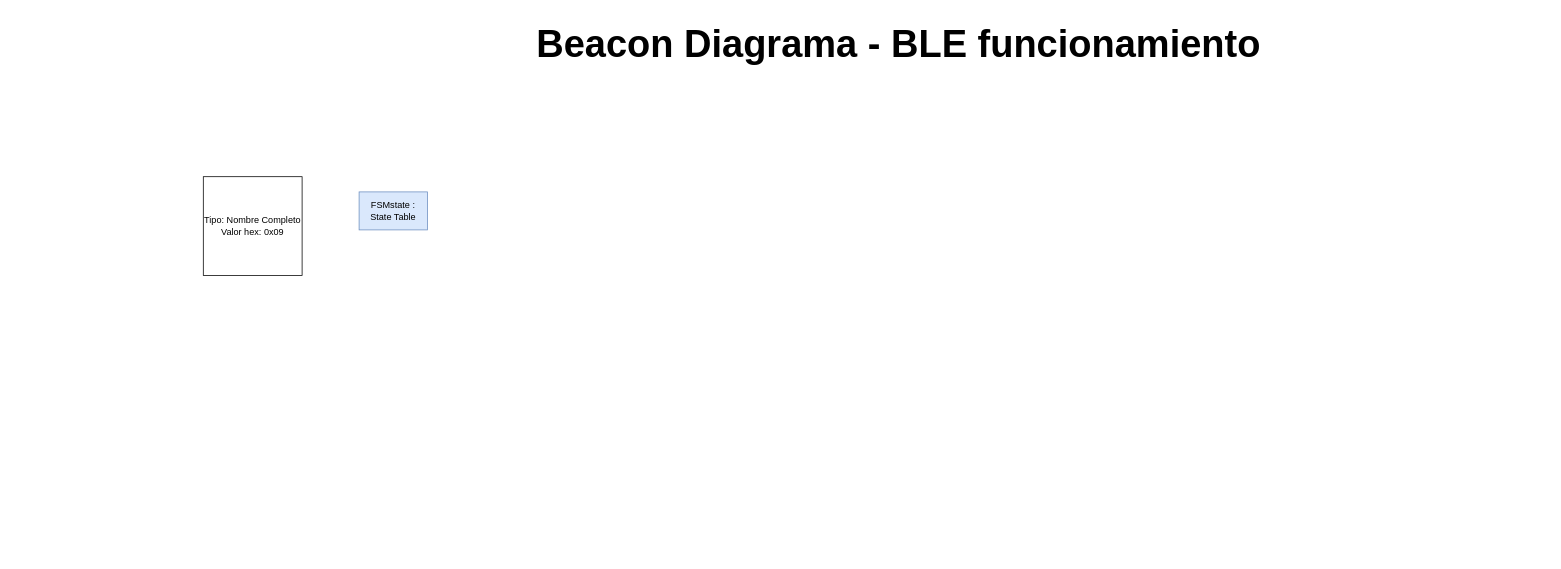
This is BLE_funcionamiento/Bloques_funcionamiento_BLE.drawio from NelsonDavila/Beacon_Diagramas, a draw.io file, before an edit. Source tidied: cells renumbered, new cells numbered last; positions are measured from the earlier drawing's top-left corner, leaving out a move shared by most shapes. Both pictures are drawn from the tidied source at 76%, with x=0, y=0 at pixel (203, 24).
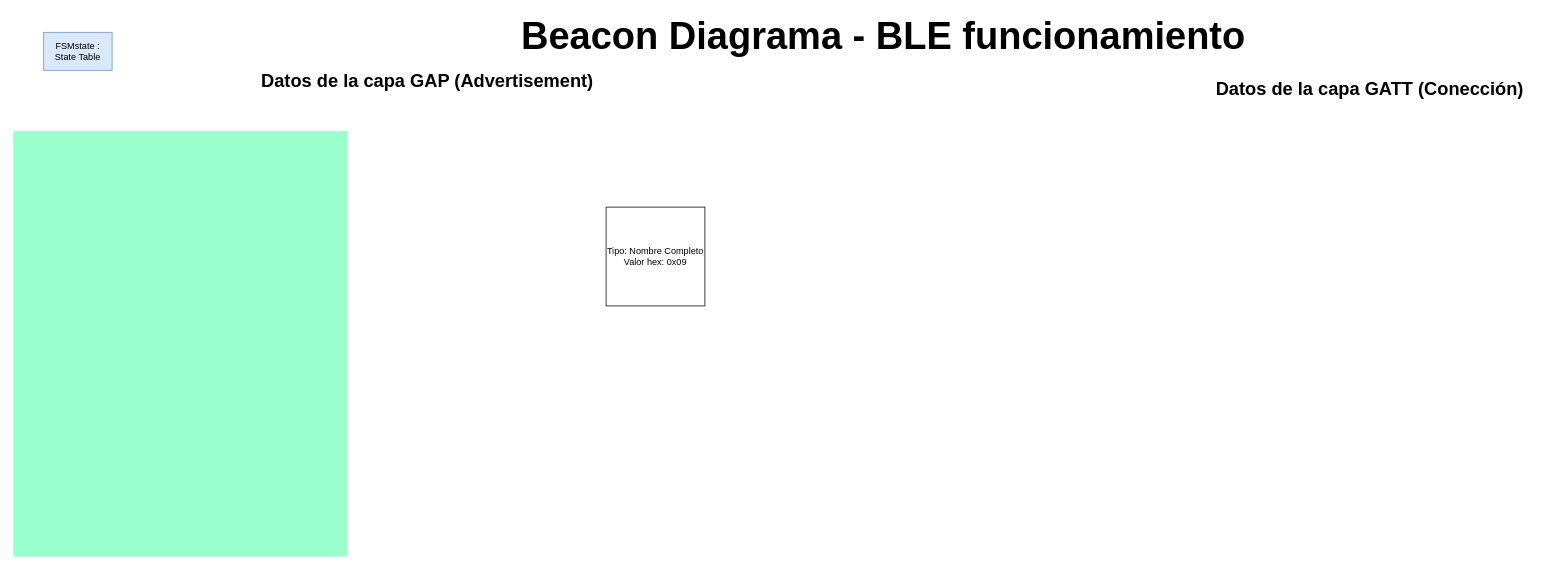
After the change.

Commit message:
Agregar estructura

Diff of the diagram source:
```diff
@@
 <mxGraphModel>
   <root>
     <mxCell id="0" />
     <mxCell id="1" parent="0" />
+    <mxCell id="5" style="rounded=0;whiteSpace=wrap;html=1;fillColor=#99FFCC;strokeColor=none;" parent="1" vertex="1">
+      <mxGeometry x="-250" y="140" width="440" height="560" as="geometry" />
+    </mxCell>
     <mxCell id="2" value="Beacon Diagrama - BLE funcionamiento" style="text;html=1;align=center;verticalAlign=middle;whiteSpace=wrap;rounded=0;fontSize=50;fontStyle=1;" parent="1" vertex="1">
-      <mxGeometry x="420" width="990" height="50" as="geometry" />
+      <mxGeometry x="400" y="-10" width="990" height="50" as="geometry" />
     </mxCell>
+    <mxCell id="4" value="FSMstate : State Table" style="rounded=0;whiteSpace=wrap;html=1;fillColor=#dae8fc;strokeColor=#6c8ebf;" parent="1" vertex="1">
+      <mxGeometry x="-210" y="10" width="90" height="50" as="geometry" />
+    </mxCell>
+    <mxCell id="6" value="&lt;font style=&quot;font-size: 24px;&quot;&gt;Datos de la capa GAP (Advertisement)&lt;/font&gt;" style="text;html=1;align=center;verticalAlign=middle;whiteSpace=wrap;rounded=0;fontSize=50;fontStyle=1;" parent="1" vertex="1">
+      <mxGeometry x="60" y="50" width="470" height="30" as="geometry" />
+    </mxCell>
+    <mxCell id="7" value="&lt;font style=&quot;font-size: 24px;&quot;&gt;Datos de la capa GATT (Conección)&lt;/font&gt;" style="text;html=1;align=center;verticalAlign=middle;whiteSpace=wrap;rounded=0;fontSize=50;fontStyle=1;" parent="1" vertex="1">
+      <mxGeometry x="1300" y="60" width="470" height="30" as="geometry" />
+    </mxCell>
     <mxCell id="3" value="Tipo: Nombre Completo&lt;div&gt;Valor hex: 0x09&lt;/div&gt;" style="whiteSpace=wrap;html=1;fillColor=light-dark(#FFFFFF,#000099);" parent="1" vertex="1">
-      <mxGeometry y="200" width="130" height="130" as="geometry" />
+      <mxGeometry x="530" y="240" width="130" height="130" as="geometry" />
     </mxCell>
-    <mxCell id="4" value="FSMstate : State Table" style="rounded=0;whiteSpace=wrap;html=1;fillColor=#dae8fc;strokeColor=#6c8ebf;" parent="1" vertex="1">
-      <mxGeometry x="205" y="220" width="90" height="50" as="geometry" />
-    </mxCell>
   </root>
 </mxGraphModel>
```
